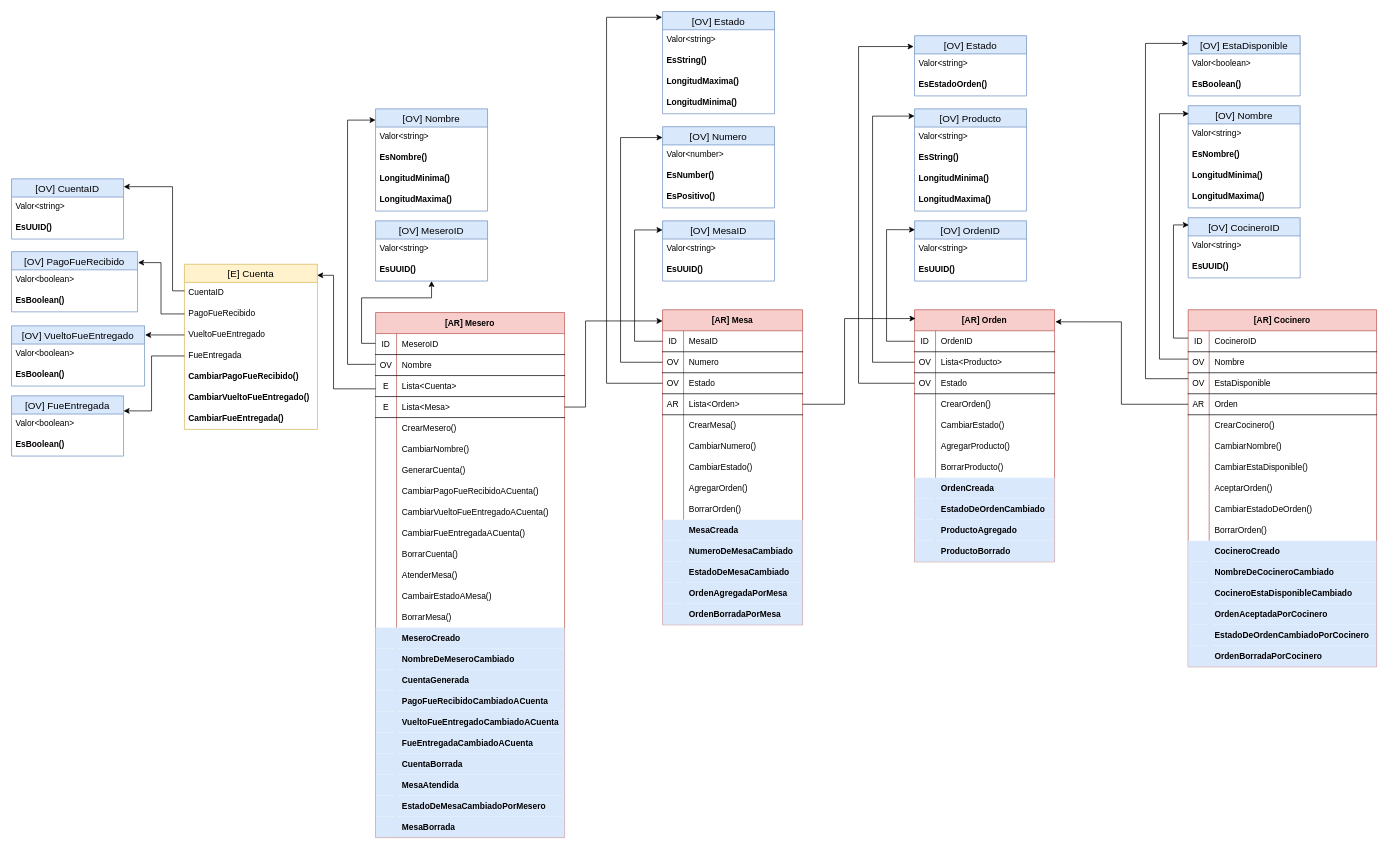
The draw.io diagram page "Model" (3 of 3) of DDD Restaurante - Christian Britos.drawio in xtianbritos/C1-2023-DDD-Uruguay, before the edit. Source tidied: cells renumbered, new cells numbered last; positions are measured from the earlier drawing's top-left corner, leaving out a move shared by most shapes. Both pictures are drawn from the tidied source at 70%, with x=0, y=0 at pixel (11, 11).
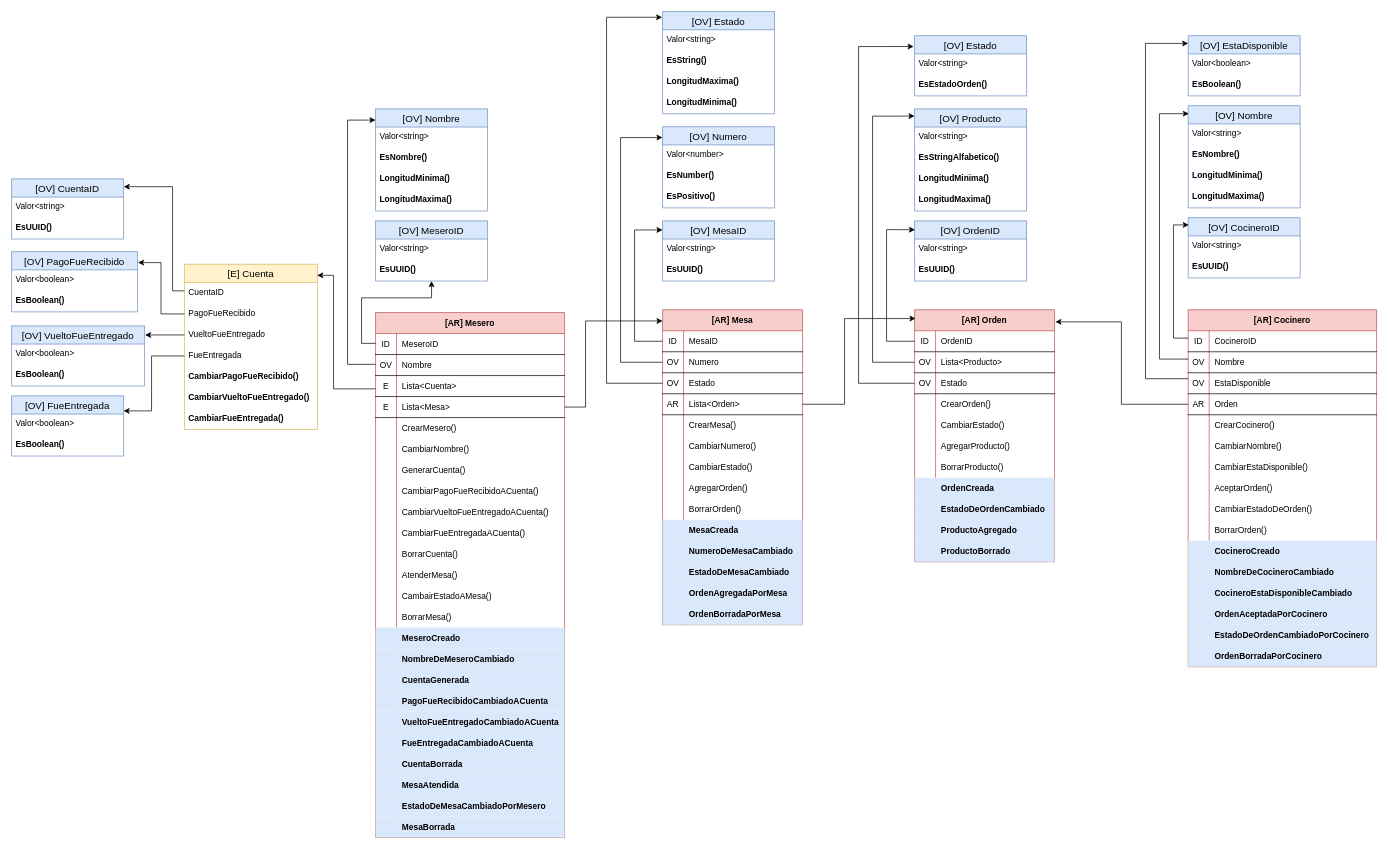
The same page after the edit.

Unchanged cells that the change refers to:
```xml
<mxCell id="269" value="[OV] Producto" style="swimlane;fontStyle=0;horizontal=1;startSize=26;align=center;fontSize=14;fillColor=#dae8fc;strokeColor=#6c8ebf;" parent="1" vertex="1">
  <mxGeometry x="1290" y="139" width="160" height="146" as="geometry" />
</mxCell>
```

Change to the diagram source:
```diff
@@
-    <mxCell id="271" value="EsString()" style="text;strokeColor=none;fillColor=none;spacingLeft=4;spacingRight=4;overflow=hidden;fontSize=12;fontStyle=1;" parent="269" vertex="1">
+    <mxCell id="271" value="EsStringAlfabetico()" style="text;strokeColor=none;fillColor=none;spacingLeft=4;spacingRight=4;overflow=hidden;fontSize=12;fontStyle=1;" parent="269" vertex="1">
       <mxGeometry y="56" width="160" height="30" as="geometry" />
     </mxCell>
```
